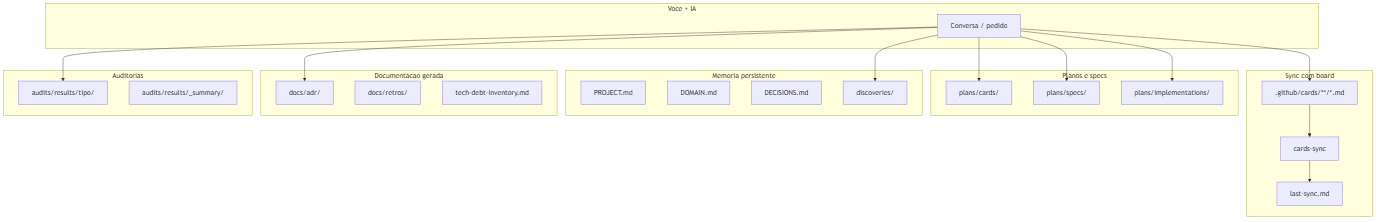
This is .github/docs/assets/hyperion-outputs-map.png from MatheusFelipeCorrea/Dev-Kit, a Mermaid export, as it was before one commit. Its source is kept beside it as .github/docs/assets/hyperion-outputs-map.mmd.
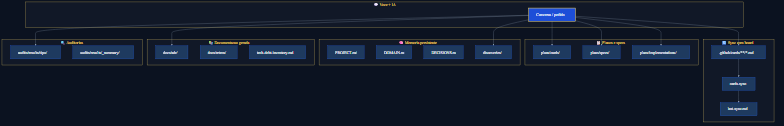
Later version of the same file.

Diff of the diagram source:
```diff
@@ -1,34 +1,57 @@
+%%{init: {
+  "theme": "base",
+  "themeVariables": {
+    "darkMode": true,
+    "background": "#0B1220",
+    "primaryColor": "#1E3A5F",
+    "primaryTextColor": "#F8FAFC",
+    "primaryBorderColor": "#2563EB",
+    "secondaryColor": "#111827",
+    "secondaryTextColor": "#F8FAFC",
+    "secondaryBorderColor": "#F5D76E",
+    "tertiaryColor": "#0B1220",
+    "lineColor": "#94A3B8",
+    "textColor": "#F8FAFC",
+    "mainBkg": "#1E3A5F",
+    "nodeBorder": "#2563EB",
+    "clusterBkg": "#111827",
+    "clusterBorder": "#F5D76E",
+    "titleColor": "#F5D76E",
+    "edgeLabelBackground": "#0B1220",
+    "fontFamily": "Segoe UI, Helvetica, Arial, sans-serif"
+  }
+}}%%
 flowchart TB
-  subgraph input ["Voce + IA"]
+  subgraph input ["💬 Voce + IA"]
     U["Conversa / pedido"]
   end
 
-  subgraph sync ["Sync com board"]
+  subgraph sync ["🔄 Sync com board"]
     C[".github/cards/**/*.md"]
     S["cards-sync"]
     L["last-sync.md"]
   end
 
-  subgraph plans ["Planos e specs"]
+  subgraph plans ["📋 Planos e specs"]
     PC["plans/cards/"]
     PS["plans/specs/"]
     PI["plans/implementations/"]
   end
 
-  subgraph memory ["Memoria persistente"]
+  subgraph memory ["🧠 Memoria persistente"]
     M1["PROJECT.md"]
     M2["DOMAIN.md"]
     M3["DECISIONS.md"]
     MD["discoveries/"]
   end
 
-  subgraph docs ["Documentacao gerada"]
+  subgraph docs ["📚 Documentacao gerada"]
     ADR["docs/adr/"]
     RET["docs/retros/"]
     TD["tech-debt-inventory.md"]
   end
 
-  subgraph audits ["Auditorias"]
+  subgraph audits ["🔍 Auditorias"]
     AR["audits/results/tipo/"]
     AS["audits/results/_summary/"]
   end
@@ -42,3 +65,5 @@
   U --> AR
   C --> S
   S --> L
+
+  style U fill:#1D4ED8,stroke:#F5D76E,stroke-width:2px,color:#F8FAFC
```
